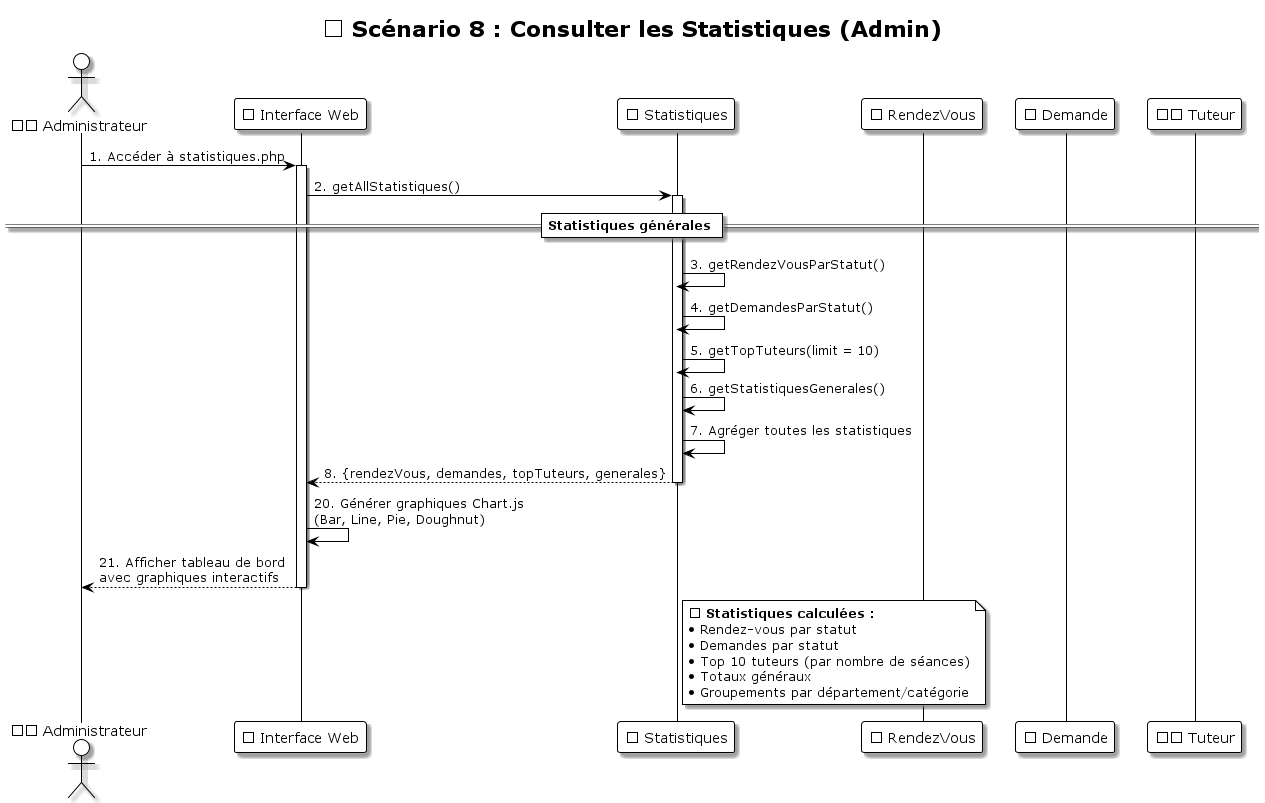
Earlier version of the PlantUML export UML/diagrammes_sequence/Sequence_08_Consulter_Statistiques.png (LLAbdul/LLAbdul-projet-tutoplus).
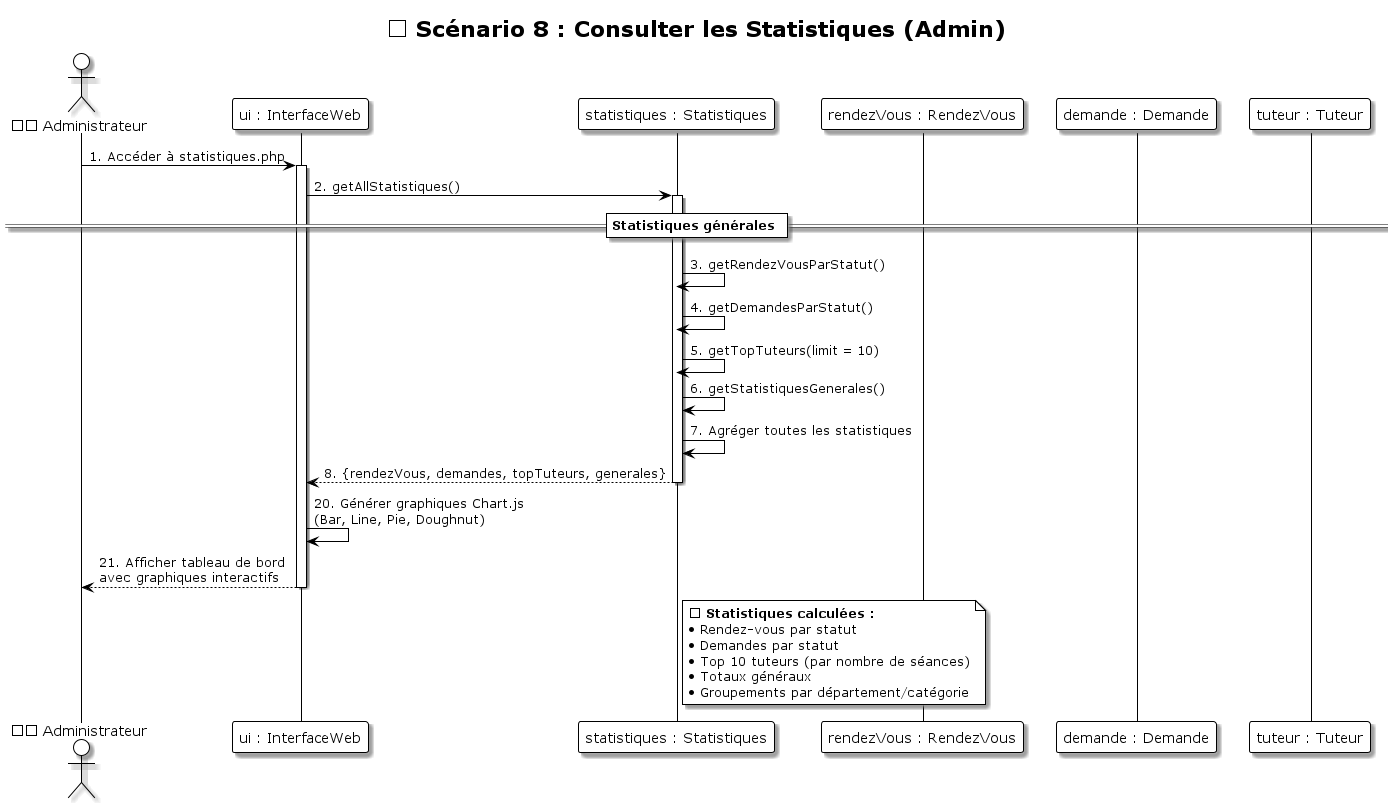
After the change.

Commit message:
update diagrame de sequence

Diff of the diagram source:
```diff
@@ -6,11 +6,11 @@
 title 📈 Scénario 8 : Consulter les Statistiques (Admin)
 
 actor "👨‍💼 Administrateur" as Admin
-participant "🌐 Interface Web" as UI
-participant "📈 Statistiques" as Statistiques
-participant "📋 RendezVous" as RendezVous
-participant "📝 Demande" as Demande
-participant "👨‍🏫 Tuteur" as Tuteur
+participant "ui : InterfaceWeb" as UI
+participant "statistiques : Statistiques" as Statistiques
+participant "rendezVous : RendezVous" as RendezVous
+participant "demande : Demande" as Demande
+participant "tuteur : Tuteur" as Tuteur
 
 Admin -> UI: 1. Accéder à statistiques.php
 activate UI
```
